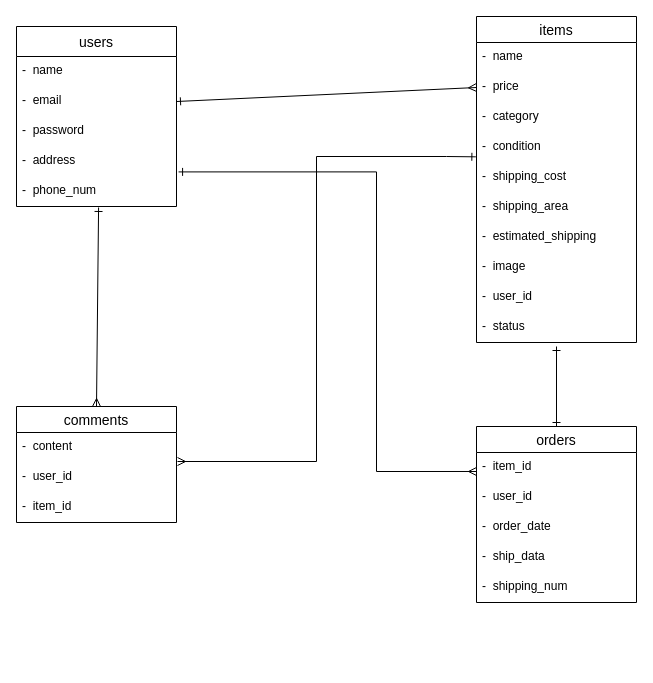
Above: furima.dio in kkatht/furima-40022 (draw.io), before the change. Source tidied: cells renumbered, new cells numbered last; positions are measured from the earlier drawing's top-left corner, leaving out a move shared by most shapes. Both pictures are drawn from the tidied source at 100%, with x=0, y=0 at pixel (16, 16).
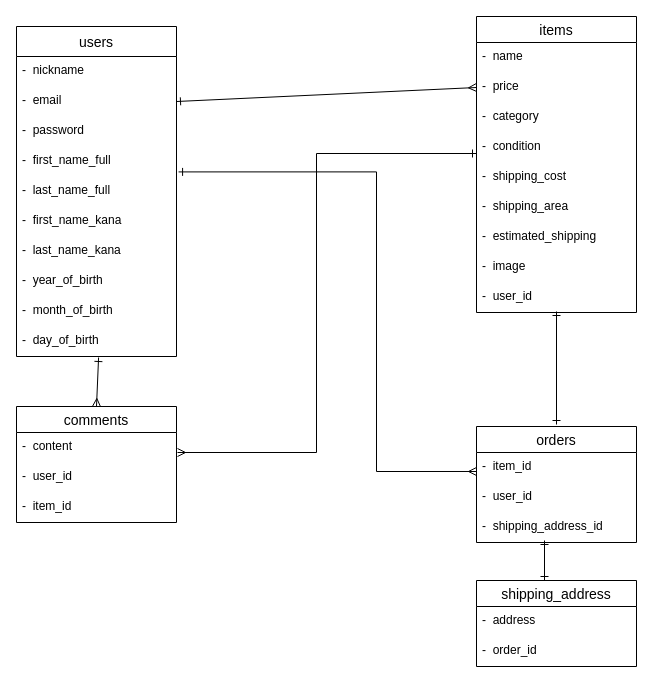
Above is the later version.

Commit message (it also covers changes not shown here):
データベース設計修正1

Unchanged cells that the change refers to:
```xml
<mxCell id="12" value="-  condition" style="text;strokeColor=none;fillColor=none;spacingLeft=4;spacingRight=4;overflow=hidden;points=[[0,0.5],[1,0.5]];portConstraint=eastwest;fontSize=12;" parent="8" vertex="1">
  <mxGeometry y="116" width="160" height="30" as="geometry" />
</mxCell>
```

The edit, as a diff of the source:
```diff
@@
     <mxCell id="2" value="users" style="swimlane;fontStyle=0;horizontal=1;startSize=30;align=center;fontSize=14;" parent="1" vertex="1">
-      <mxGeometry y="10" width="160" height="180" as="geometry" />
+      <mxGeometry y="10" width="160" height="330" as="geometry" />
     </mxCell>
-    <mxCell id="3" value="-  name    " style="text;strokeColor=none;fillColor=none;spacingLeft=4;spacingRight=4;overflow=hidden;fontSize=12;" parent="2" vertex="1">
+    <mxCell id="3" value="-  nickname    " style="text;strokeColor=none;fillColor=none;spacingLeft=4;spacingRight=4;overflow=hidden;fontSize=12;" parent="2" vertex="1">
       <mxGeometry y="30" width="160" height="30" as="geometry" />
     </mxCell>
@@
-    <mxCell id="6" value="-  address" style="text;strokeColor=none;fillColor=none;spacingLeft=4;spacingRight=4;overflow=hidden;points=[[0,0.5],[1,0.5]];portConstraint=eastwest;fontSize=12;" parent="2" vertex="1">
+    <mxCell id="6" value="-  first_name_full" style="text;strokeColor=none;fillColor=none;spacingLeft=4;spacingRight=4;overflow=hidden;points=[[0,0.5],[1,0.5]];portConstraint=eastwest;fontSize=12;" parent="2" vertex="1">
       <mxGeometry y="120" width="160" height="30" as="geometry" />
     </mxCell>
+    <mxCell id="34" value="-  last_name_full" style="text;strokeColor=none;fillColor=none;spacingLeft=4;spacingRight=4;overflow=hidden;fontSize=12;" parent="2" vertex="1">
+      <mxGeometry y="150" width="160" height="30" as="geometry" />
+    </mxCell>
+    <mxCell id="35" value="-  first_name_kana" style="text;strokeColor=none;fillColor=none;spacingLeft=4;spacingRight=4;overflow=hidden;fontSize=12;" parent="2" vertex="1">
+      <mxGeometry y="180" width="160" height="30" as="geometry" />
+    </mxCell>
+    <mxCell id="36" value="-  last_name_kana" style="text;strokeColor=none;fillColor=none;spacingLeft=4;spacingRight=4;overflow=hidden;fontSize=12;" parent="2" vertex="1">
+      <mxGeometry y="210" width="160" height="30" as="geometry" />
+    </mxCell>
+    <mxCell id="37" value="-  year_of_birth" style="text;strokeColor=none;fillColor=none;spacingLeft=4;spacingRight=4;overflow=hidden;fontSize=12;" parent="2" vertex="1">
+      <mxGeometry y="240" width="160" height="30" as="geometry" />
+    </mxCell>
+    <mxCell id="38" value="-  month_of_birth" style="text;strokeColor=none;fillColor=none;spacingLeft=4;spacingRight=4;overflow=hidden;fontSize=12;" parent="2" vertex="1">
+      <mxGeometry y="270" width="160" height="30" as="geometry" />
+    </mxCell>
-    <mxCell id="7" value="-  phone_num" style="text;strokeColor=none;fillColor=none;spacingLeft=4;spacingRight=4;overflow=hidden;points=[[0,0.5],[1,0.5]];portConstraint=eastwest;fontSize=12;" parent="2" vertex="1">
-      <mxGeometry y="150" width="160" height="30" as="geometry" />
+    <mxCell id="7" value="-  day_of_birth" style="text;strokeColor=none;fillColor=none;spacingLeft=4;spacingRight=4;overflow=hidden;points=[[0,0.5],[1,0.5]];portConstraint=eastwest;fontSize=12;" parent="2" vertex="1">
+      <mxGeometry y="300" width="160" height="30" as="geometry" />
     </mxCell>
     <mxCell id="8" value="items" style="swimlane;fontStyle=0;horizontal=1;startSize=26;align=center;fontSize=14;" parent="1" vertex="1">
-      <mxGeometry x="460" width="160" height="326" as="geometry" />
+      <mxGeometry x="460" width="160" height="296" as="geometry" />
     </mxCell>
@@
-    <mxCell id="18" value="-  status" style="text;strokeColor=none;fillColor=none;spacingLeft=4;spacingRight=4;overflow=hidden;fontSize=12;" parent="8" vertex="1">
-      <mxGeometry y="296" width="160" height="30" as="geometry" />
-    </mxCell>
     <mxCell id="19" value="orders" style="swimlane;fontStyle=0;horizontal=1;startSize=26;align=center;fontSize=14;" parent="1" vertex="1">
-      <mxGeometry x="460" y="410" width="160" height="176" as="geometry" />
+      <mxGeometry x="460" y="410" width="160" height="116" as="geometry" />
     </mxCell>
@@
-    <mxCell id="22" value="-  order_date" style="text;strokeColor=none;fillColor=none;spacingLeft=4;spacingRight=4;overflow=hidden;fontSize=12;" parent="19" vertex="1">
-      <mxGeometry y="86" width="160" height="30" as="geometry" />
-    </mxCell>
-    <mxCell id="23" value="-  ship_data" style="text;strokeColor=none;fillColor=none;spacingLeft=4;spacingRight=4;overflow=hidden;fontSize=12;" parent="19" vertex="1">
-      <mxGeometry y="116" width="160" height="30" as="geometry" />
-    </mxCell>
-    <mxCell id="24" value="-  shipping_num" style="text;strokeColor=none;fillColor=none;spacingLeft=4;spacingRight=4;overflow=hidden;fontSize=12;" parent="19" vertex="1">
-      <mxGeometry y="146" width="160" height="30" as="geometry" />
-    </mxCell>
+    <mxCell id="39" value="-  shipping_address_id" style="text;strokeColor=none;fillColor=none;spacingLeft=4;spacingRight=4;overflow=hidden;points=[[0,0.5],[1,0.5]];portConstraint=eastwest;fontSize=12;" parent="19" vertex="1">
+      <mxGeometry y="86" width="160" height="30" as="geometry" />
+    </mxCell>
@@
-    <mxCell id="31" style="endArrow=ERone;html=1;rounded=0;edgeStyle=orthogonalEdgeStyle;endFill=0;startArrow=ERmany;startFill=0;entryX=-0.004;entryY=0.811;entryDx=0;entryDy=0;entryPerimeter=0;" parent="1" edge="1" target="12">
+    <mxCell id="31" style="endArrow=ERone;html=1;rounded=0;edgeStyle=orthogonalEdgeStyle;endFill=0;startArrow=ERmany;startFill=0;entryX=0;entryY=0.7;entryDx=0;entryDy=0;entryPerimeter=0;" parent="1" edge="1" target="12">
       <mxGeometry relative="1" as="geometry">
-        <mxPoint x="161" y="445" as="sourcePoint" />
+        <mxPoint x="161" y="436" as="sourcePoint" />
         <Array as="points">
-          <mxPoint x="300" y="445" />
-          <mxPoint x="300" y="140" />
-          <mxPoint x="430" y="140" />
+          <mxPoint x="300" y="436" />
+          <mxPoint x="300" y="137" />
         </Array>
       </mxGeometry>
     </mxCell>
@@
-    <mxCell id="33" style="endArrow=ERone;html=1;rounded=0;endFill=0;startArrow=ERone;startFill=0;" parent="1" edge="1">
+    <mxCell id="33" style="endArrow=ERone;html=1;rounded=0;endFill=0;startArrow=ERone;startFill=0;exitX=0.5;exitY=0.933;exitDx=0;exitDy=0;exitPerimeter=0;" parent="1" edge="1">
       <mxGeometry relative="1" as="geometry">
-        <mxPoint x="540" y="330" as="sourcePoint" />
-        <mxPoint x="540" y="410" as="targetPoint" />
+        <mxPoint x="540" y="295" as="sourcePoint" />
+        <mxPoint x="540" y="408" as="targetPoint" />
       </mxGeometry>
     </mxCell>
+    <mxCell id="40" value="shipping_address" style="swimlane;fontStyle=0;horizontal=1;startSize=26;align=center;fontSize=14;" parent="1" vertex="1">
+      <mxGeometry x="460" y="564" width="160" height="86" as="geometry" />
+    </mxCell>
+    <mxCell id="41" value="-  address" style="text;strokeColor=none;fillColor=none;spacingLeft=4;spacingRight=4;overflow=hidden;fontSize=12;" parent="40" vertex="1">
+      <mxGeometry y="26" width="160" height="30" as="geometry" />
+    </mxCell>
+    <mxCell id="42" value="-  order_id" style="text;strokeColor=none;fillColor=none;spacingLeft=4;spacingRight=4;overflow=hidden;fontSize=12;" parent="40" vertex="1">
+      <mxGeometry y="56" width="160" height="30" as="geometry" />
+    </mxCell>
+    <mxCell id="43" style="endArrow=ERone;html=1;rounded=0;endFill=0;startArrow=ERone;startFill=0;exitX=0.425;exitY=0;exitDx=0;exitDy=0;exitPerimeter=0;entryX=0.425;entryY=0.933;entryDx=0;entryDy=0;entryPerimeter=0;" parent="1" edge="1" source="40" target="39">
+      <mxGeometry relative="1" as="geometry" />
+    </mxCell>
```
